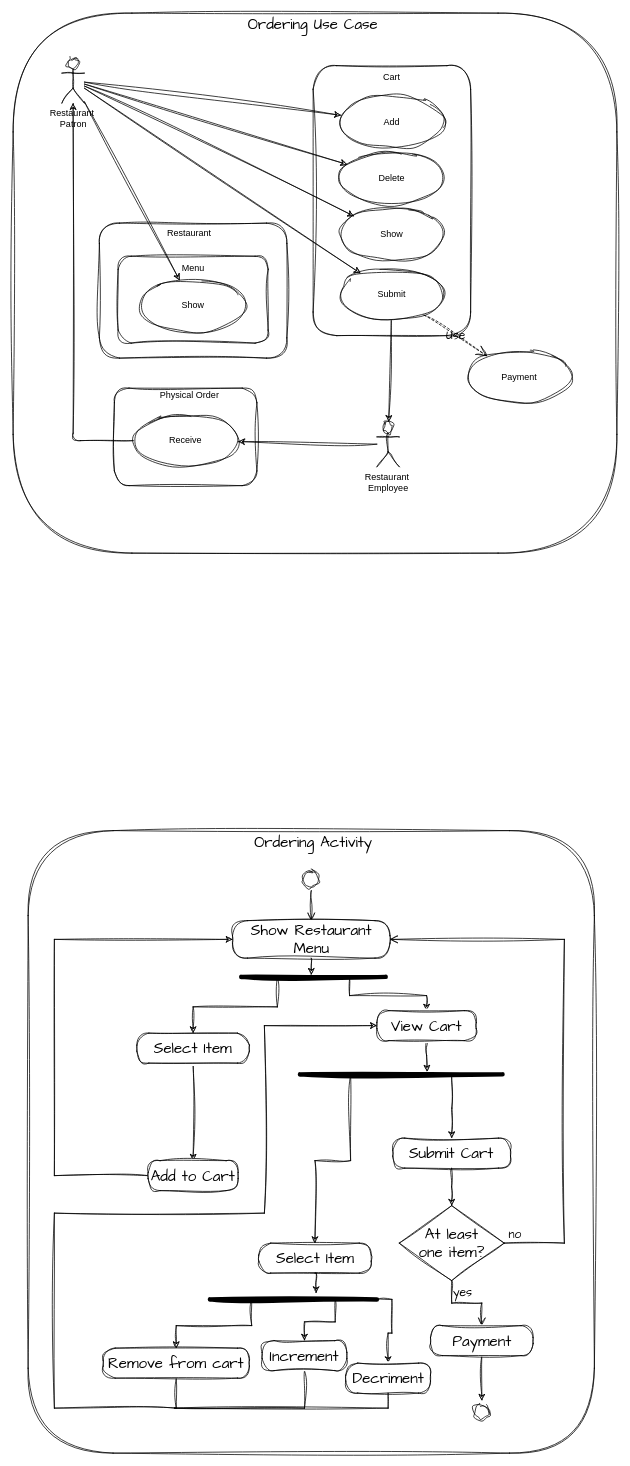
Before: page "OverallUseCase" (1 of 2) of diagrams/OrderingUseCase.drawio in k0nig1/verkauf-konig, a draw.io diagram. Source tidied: cells renumbered, new cells numbered last; positions are measured from the earlier drawing's top-left corner, leaving out a move shared by most shapes. Both pictures are drawn from the tidied source at 75%, with x=0, y=0 at pixel (13, 13).
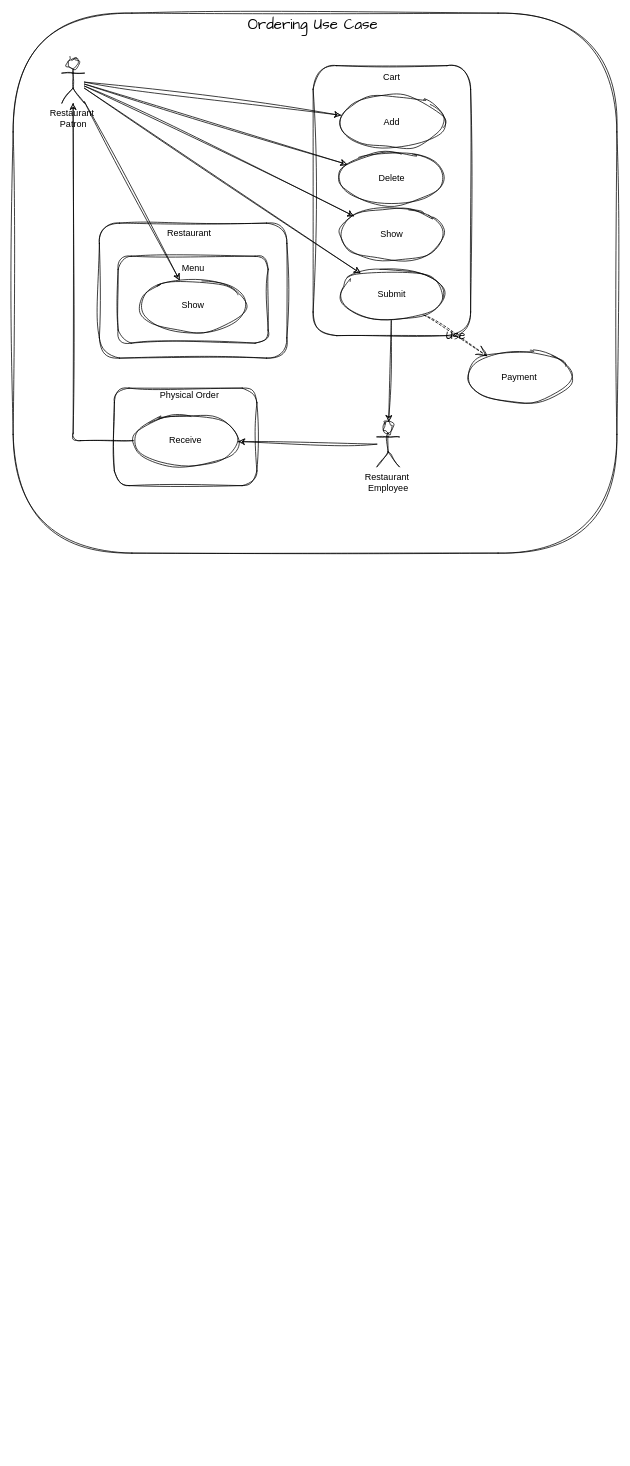
After the change.

Diff of the diagram source:
```diff
@@
-    <mxCell id="34" style="rounded=1;whiteSpace=wrap;html=1;sketch=1;hachureGap=4;jiggle=2;curveFitting=1;fontFamily=Architects Daughter;fontSize=20;labelBackgroundColor=none;" parent="1" vertex="1">
-      <mxGeometry x="20" y="1090" width="755" height="830" as="geometry" />
-    </mxCell>
-    <mxCell id="35" value="Ordering Activity" style="text;html=1;strokeColor=none;fillColor=none;align=center;verticalAlign=middle;whiteSpace=wrap;rounded=0;fontSize=20;fontFamily=Architects Daughter;labelBackgroundColor=none;" parent="1" vertex="1">
-      <mxGeometry x="303" y="1090" width="195" height="30" as="geometry" />
-    </mxCell>
-    <mxCell id="36" style="ellipse;html=1;shape=startState;sketch=1;hachureGap=4;jiggle=2;curveFitting=1;fontFamily=Architects Daughter;fontSize=20;labelBackgroundColor=none;" parent="1" vertex="1">
-      <mxGeometry x="382.5" y="1140" width="30" height="30" as="geometry" />
-    </mxCell>
-    <mxCell id="37" style="edgeStyle=orthogonalEdgeStyle;html=1;verticalAlign=bottom;endArrow=open;endSize=8;rounded=0;sketch=1;hachureGap=4;jiggle=2;curveFitting=1;fontFamily=Architects Daughter;fontSize=16;labelBackgroundColor=none;fontColor=default;" parent="1" edge="1" source="36" target="39">
-      <mxGeometry relative="1" as="geometry" />
-    </mxCell>
-    <mxCell id="38" style="edgeStyle=orthogonalEdgeStyle;rounded=0;sketch=1;hachureGap=4;jiggle=2;curveFitting=1;jettySize=auto;html=1;exitX=0.5;exitY=1;exitDx=0;exitDy=0;entryX=0.485;entryY=0.226;entryDx=0;entryDy=0;entryPerimeter=0;fontFamily=Architects Daughter;fontSize=16;" parent="1" edge="1" source="39" target="54">
-      <mxGeometry relative="1" as="geometry" />
-    </mxCell>
-    <mxCell id="39" value="Show Restaurant Menu" style="rounded=1;whiteSpace=wrap;html=1;arcSize=40;sketch=1;hachureGap=4;jiggle=2;curveFitting=1;fontFamily=Architects Daughter;fontSize=20;labelBackgroundColor=none;" parent="1" vertex="1">
-      <mxGeometry x="292.5" y="1210" width="210" height="50" as="geometry" />
-    </mxCell>
-    <mxCell id="40" style="edgeStyle=orthogonalEdgeStyle;rounded=0;sketch=1;hachureGap=4;jiggle=2;curveFitting=1;jettySize=auto;html=1;exitX=0.5;exitY=1;exitDx=0;exitDy=0;fontFamily=Architects Daughter;fontSize=16;labelBackgroundColor=none;fontColor=default;" parent="1" edge="1" source="41" target="43">
-      <mxGeometry relative="1" as="geometry" />
-    </mxCell>
-    <mxCell id="41" value="Select Item" style="rounded=1;whiteSpace=wrap;html=1;arcSize=40;sketch=1;hachureGap=4;jiggle=2;curveFitting=1;fontFamily=Architects Daughter;fontSize=20;labelBackgroundColor=none;" parent="1" vertex="1">
-      <mxGeometry x="165" y="1360" width="150" height="40" as="geometry" />
-    </mxCell>
-    <mxCell id="42" style="rounded=0;sketch=1;hachureGap=4;jiggle=2;curveFitting=1;jettySize=auto;html=1;exitX=0;exitY=0.5;exitDx=0;exitDy=0;fontFamily=Architects Daughter;fontSize=16;edgeStyle=orthogonalEdgeStyle;" parent="1" edge="1" source="43" target="39">
-      <mxGeometry relative="1" as="geometry">
-        <Array as="points">
-          <mxPoint x="55" y="1550" />
-          <mxPoint x="55" y="1235" />
-        </Array>
-      </mxGeometry>
-    </mxCell>
-    <mxCell id="43" value="Add to Cart" style="rounded=1;whiteSpace=wrap;html=1;arcSize=40;sketch=1;hachureGap=4;jiggle=2;curveFitting=1;fontFamily=Architects Daughter;fontSize=20;labelBackgroundColor=none;" parent="1" vertex="1">
-      <mxGeometry x="180" y="1530" width="120" height="40" as="geometry" />
-    </mxCell>
-    <mxCell id="44" style="edgeStyle=orthogonalEdgeStyle;rounded=0;sketch=1;hachureGap=4;jiggle=2;curveFitting=1;jettySize=auto;html=1;exitX=0.5;exitY=1;exitDx=0;exitDy=0;fontFamily=Architects Daughter;fontSize=16;" parent="1" edge="1" source="45" target="46">
-      <mxGeometry relative="1" as="geometry" />
-    </mxCell>
-    <mxCell id="45" value="Submit Cart" style="rounded=1;whiteSpace=wrap;html=1;arcSize=40;sketch=1;hachureGap=4;jiggle=2;curveFitting=1;fontFamily=Architects Daughter;fontSize=20;labelBackgroundColor=none;" parent="1" vertex="1">
-      <mxGeometry x="506.2" y="1500" width="157" height="40" as="geometry" />
-    </mxCell>
-    <mxCell id="46" value="At least &lt;br&gt;one item?" style="rhombus;whiteSpace=wrap;html=1;sketch=1;hachureGap=4;jiggle=2;curveFitting=1;fontFamily=Architects Daughter;fontSize=20;labelBackgroundColor=none;" parent="1" vertex="1">
-      <mxGeometry x="514.8" y="1590" width="140" height="100" as="geometry" />
-    </mxCell>
-    <mxCell id="47" value="no" style="edgeStyle=orthogonalEdgeStyle;html=1;align=left;verticalAlign=bottom;endArrow=open;endSize=8;rounded=0;sketch=1;hachureGap=4;jiggle=2;curveFitting=1;fontFamily=Architects Daughter;fontSize=16;labelBackgroundColor=none;fontColor=default;" parent="1" edge="1" source="46" target="39">
-      <mxGeometry x="-0.99" relative="1" as="geometry">
-        <Array as="points">
-          <mxPoint x="735" y="1640" />
-          <mxPoint x="735" y="1235" />
-        </Array>
-      </mxGeometry>
-    </mxCell>
-    <mxCell id="48" value="yes" style="edgeStyle=orthogonalEdgeStyle;html=1;align=left;verticalAlign=top;endArrow=open;endSize=8;rounded=0;sketch=1;hachureGap=4;jiggle=2;curveFitting=1;fontFamily=Architects Daughter;fontSize=16;labelBackgroundColor=none;fontColor=default;" parent="1" edge="1" source="46" target="51">
-      <mxGeometry x="-1" relative="1" as="geometry" />
-    </mxCell>
-    <mxCell id="49" style="ellipse;html=1;shape=startState;sketch=1;hachureGap=4;jiggle=2;curveFitting=1;fontFamily=Architects Daughter;fontSize=20;labelBackgroundColor=none;" parent="1" vertex="1">
-      <mxGeometry x="610" y="1850" width="30" height="30" as="geometry" />
-    </mxCell>
-    <mxCell id="50" style="rounded=0;sketch=1;hachureGap=4;jiggle=2;curveFitting=1;jettySize=auto;html=1;exitX=0.5;exitY=1;exitDx=0;exitDy=0;fontFamily=Architects Daughter;fontSize=16;labelBackgroundColor=none;fontColor=default;" parent="1" edge="1" source="51" target="49">
-      <mxGeometry relative="1" as="geometry" />
-    </mxCell>
-    <mxCell id="51" value="Payment" style="rounded=1;whiteSpace=wrap;html=1;arcSize=40;sketch=1;hachureGap=4;jiggle=2;curveFitting=1;fontFamily=Architects Daughter;fontSize=20;labelBackgroundColor=none;" parent="1" vertex="1">
-      <mxGeometry x="556.5" y="1750" width="136.8" height="40" as="geometry" />
-    </mxCell>
-    <mxCell id="52" style="rounded=0;sketch=1;hachureGap=4;jiggle=2;curveFitting=1;jettySize=auto;html=1;exitX=0.25;exitY=0.5;exitDx=0;exitDy=0;exitPerimeter=0;fontFamily=Architects Daughter;fontSize=16;edgeStyle=orthogonalEdgeStyle;" parent="1" edge="1" source="54" target="41">
-      <mxGeometry relative="1" as="geometry" />
-    </mxCell>
-    <mxCell id="53" style="edgeStyle=orthogonalEdgeStyle;rounded=0;sketch=1;hachureGap=4;jiggle=2;curveFitting=1;jettySize=auto;html=1;exitX=0.75;exitY=0.5;exitDx=0;exitDy=0;exitPerimeter=0;fontFamily=Architects Daughter;fontSize=16;" parent="1" edge="1" source="54" target="56">
-      <mxGeometry relative="1" as="geometry" />
-    </mxCell>
-    <mxCell id="54" style="shape=line;html=1;strokeWidth=6;sketch=1;hachureGap=4;jiggle=2;curveFitting=1;fontFamily=Architects Daughter;fontSize=20;labelBackgroundColor=none;" parent="1" vertex="1">
-      <mxGeometry x="304.2" y="1280" width="192.5" height="10" as="geometry" />
-    </mxCell>
-    <mxCell id="55" style="edgeStyle=orthogonalEdgeStyle;rounded=0;sketch=1;hachureGap=4;jiggle=2;curveFitting=1;jettySize=auto;html=1;exitX=0.5;exitY=1;exitDx=0;exitDy=0;entryX=0.628;entryY=0.133;entryDx=0;entryDy=0;entryPerimeter=0;fontFamily=Architects Daughter;fontSize=16;" parent="1" edge="1" source="56" target="59">
-      <mxGeometry relative="1" as="geometry" />
-    </mxCell>
-    <mxCell id="56" value="View Cart" style="rounded=1;whiteSpace=wrap;html=1;arcSize=40;sketch=1;hachureGap=4;jiggle=2;curveFitting=1;fontFamily=Architects Daughter;fontSize=20;labelBackgroundColor=none;" parent="1" vertex="1">
-      <mxGeometry x="485" y="1330" width="132.5" height="40" as="geometry" />
-    </mxCell>
-    <mxCell id="57" style="edgeStyle=orthogonalEdgeStyle;rounded=0;sketch=1;hachureGap=4;jiggle=2;curveFitting=1;jettySize=auto;html=1;exitX=0.75;exitY=0.5;exitDx=0;exitDy=0;exitPerimeter=0;fontFamily=Architects Daughter;fontSize=16;" parent="1" edge="1" source="59" target="45">
-      <mxGeometry relative="1" as="geometry" />
-    </mxCell>
-    <mxCell id="58" style="edgeStyle=orthogonalEdgeStyle;rounded=0;sketch=1;hachureGap=4;jiggle=2;curveFitting=1;jettySize=auto;html=1;exitX=0.25;exitY=0.5;exitDx=0;exitDy=0;exitPerimeter=0;fontFamily=Architects Daughter;fontSize=16;" parent="1" edge="1" source="59" target="63">
-      <mxGeometry relative="1" as="geometry" />
-    </mxCell>
-    <mxCell id="59" style="shape=line;html=1;strokeWidth=6;sketch=1;hachureGap=4;jiggle=2;curveFitting=1;fontFamily=Architects Daughter;fontSize=20;labelBackgroundColor=none;" parent="1" vertex="1">
-      <mxGeometry x="382.5" y="1410" width="270" height="10" as="geometry" />
-    </mxCell>
-    <mxCell id="60" style="edgeStyle=orthogonalEdgeStyle;rounded=0;sketch=1;hachureGap=4;jiggle=2;curveFitting=1;jettySize=auto;html=1;fontFamily=Architects Daughter;fontSize=16;" parent="1" edge="1" source="61" target="56">
-      <mxGeometry relative="1" as="geometry">
-        <Array as="points">
-          <mxPoint x="218" y="1860" />
-          <mxPoint x="55" y="1860" />
-          <mxPoint x="55" y="1600" />
-          <mxPoint x="335" y="1600" />
-          <mxPoint x="335" y="1350" />
-        </Array>
-      </mxGeometry>
-    </mxCell>
-    <mxCell id="61" value="Remove from cart" style="rounded=1;whiteSpace=wrap;html=1;arcSize=40;sketch=1;hachureGap=4;jiggle=2;curveFitting=1;fontFamily=Architects Daughter;fontSize=20;labelBackgroundColor=none;" parent="1" vertex="1">
-      <mxGeometry x="120" y="1780" width="195" height="40" as="geometry" />
-    </mxCell>
-    <mxCell id="62" style="edgeStyle=orthogonalEdgeStyle;rounded=0;sketch=1;hachureGap=4;jiggle=2;curveFitting=1;jettySize=auto;html=1;exitX=0.5;exitY=1;exitDx=0;exitDy=0;entryX=0.636;entryY=-0.333;entryDx=0;entryDy=0;entryPerimeter=0;fontFamily=Architects Daughter;fontSize=16;" parent="1" edge="1" source="63" target="68">
-      <mxGeometry relative="1" as="geometry" />
-    </mxCell>
-    <mxCell id="63" value="Select Item" style="rounded=1;whiteSpace=wrap;html=1;arcSize=40;sketch=1;hachureGap=4;jiggle=2;curveFitting=1;fontFamily=Architects Daughter;fontSize=20;labelBackgroundColor=none;" parent="1" vertex="1">
-      <mxGeometry x="327.5" y="1640" width="150" height="40" as="geometry" />
-    </mxCell>
-    <mxCell id="64" style="edgeStyle=orthogonalEdgeStyle;rounded=0;sketch=1;hachureGap=4;jiggle=2;curveFitting=1;orthogonalLoop=1;jettySize=auto;html=1;exitX=0.5;exitY=1;exitDx=0;exitDy=0;fontFamily=Architects Daughter;fontSize=16;" parent="1" edge="1" source="61" target="61">
-      <mxGeometry relative="1" as="geometry" />
-    </mxCell>
-    <mxCell id="65" style="edgeStyle=orthogonalEdgeStyle;rounded=0;sketch=1;hachureGap=4;jiggle=2;curveFitting=1;jettySize=auto;html=1;exitX=0.25;exitY=0.5;exitDx=0;exitDy=0;exitPerimeter=0;fontFamily=Architects Daughter;fontSize=16;" parent="1" edge="1" source="68" target="61">
-      <mxGeometry relative="1" as="geometry" />
-    </mxCell>
-    <mxCell id="66" style="edgeStyle=orthogonalEdgeStyle;rounded=0;sketch=1;hachureGap=4;jiggle=2;curveFitting=1;jettySize=auto;html=1;exitX=0.75;exitY=0.5;exitDx=0;exitDy=0;exitPerimeter=0;fontFamily=Architects Daughter;fontSize=16;" parent="1" edge="1" source="68" target="70">
-      <mxGeometry relative="1" as="geometry" />
-    </mxCell>
-    <mxCell id="67" style="edgeStyle=orthogonalEdgeStyle;rounded=0;sketch=1;hachureGap=4;jiggle=2;curveFitting=1;jettySize=auto;html=1;exitX=1;exitY=0.5;exitDx=0;exitDy=0;exitPerimeter=0;fontFamily=Architects Daughter;fontSize=16;" parent="1" edge="1" source="68" target="72">
-      <mxGeometry relative="1" as="geometry" />
-    </mxCell>
-    <mxCell id="68" style="shape=line;html=1;strokeWidth=6;sketch=1;hachureGap=4;jiggle=2;curveFitting=1;fontFamily=Architects Daughter;fontSize=20;labelBackgroundColor=none;" parent="1" vertex="1">
-      <mxGeometry x="262.5" y="1710" width="222.5" height="10" as="geometry" />
-    </mxCell>
-    <mxCell id="69" style="edgeStyle=orthogonalEdgeStyle;rounded=0;sketch=1;hachureGap=4;jiggle=2;curveFitting=1;jettySize=auto;html=1;exitX=0.5;exitY=1;exitDx=0;exitDy=0;fontFamily=Architects Daughter;fontSize=16;endArrow=none;endFill=0;" parent="1" edge="1" source="70">
-      <mxGeometry relative="1" as="geometry">
-        <mxPoint x="215" y="1860" as="targetPoint" />
-        <Array as="points">
-          <mxPoint x="389" y="1860" />
-        </Array>
-      </mxGeometry>
-    </mxCell>
-    <mxCell id="70" value="Increment" style="rounded=1;whiteSpace=wrap;html=1;arcSize=40;sketch=1;hachureGap=4;jiggle=2;curveFitting=1;fontFamily=Architects Daughter;fontSize=20;labelBackgroundColor=none;" parent="1" vertex="1">
-      <mxGeometry x="332" y="1770" width="113" height="40" as="geometry" />
-    </mxCell>
-    <mxCell id="71" style="edgeStyle=orthogonalEdgeStyle;rounded=0;sketch=1;hachureGap=4;jiggle=2;curveFitting=1;jettySize=auto;html=1;exitX=0.5;exitY=1;exitDx=0;exitDy=0;fontFamily=Architects Daughter;fontSize=16;endArrow=none;endFill=0;" parent="1" edge="1" source="72">
-      <mxGeometry relative="1" as="geometry">
-        <mxPoint x="215" y="1860" as="targetPoint" />
-        <Array as="points">
-          <mxPoint x="500" y="1860" />
-        </Array>
-      </mxGeometry>
-    </mxCell>
-    <mxCell id="72" value="Decriment" style="rounded=1;whiteSpace=wrap;html=1;arcSize=40;sketch=1;hachureGap=4;jiggle=2;curveFitting=1;fontFamily=Architects Daughter;fontSize=20;labelBackgroundColor=none;" parent="1" vertex="1">
-      <mxGeometry x="443.5" y="1800" width="113" height="40" as="geometry" />
-    </mxCell>
```
